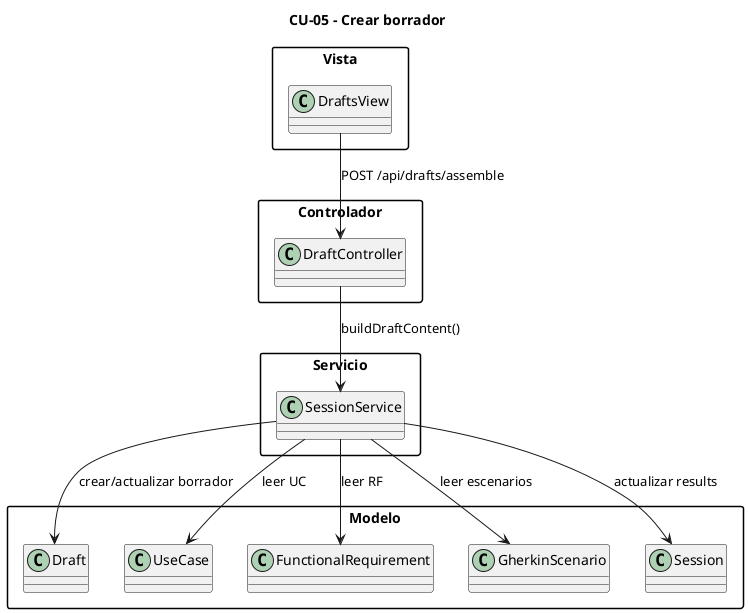
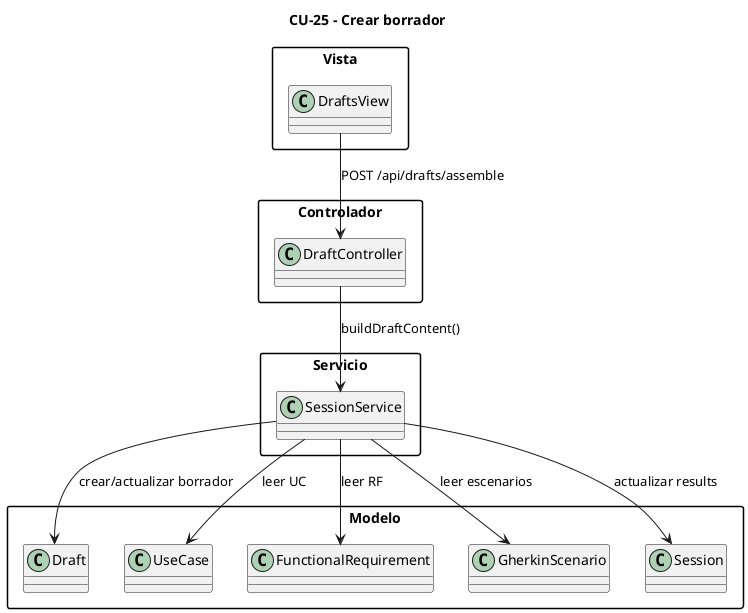
@startuml
skinparam packageStyle rectangle
skinparam shadowing false
skinparam classAttributeIconSize 0

- title CU-05 - Crear borrador
+ title CU-25 - Crear borrador

package "Vista" {
  class DraftsView
}

package "Controlador" {
  class DraftController
}

package "Servicio" {
  class SessionService
}

package "Modelo" {
  class Draft
  class UseCase
  class FunctionalRequirement
  class GherkinScenario
  class Session
}

DraftsView --> DraftController : POST /api/drafts/assemble
DraftController --> SessionService : buildDraftContent()
SessionService --> UseCase : leer UC
SessionService --> FunctionalRequirement : leer RF
SessionService --> GherkinScenario : leer escenarios
SessionService --> Draft : crear/actualizar borrador
SessionService --> Session : actualizar results

@enduml
